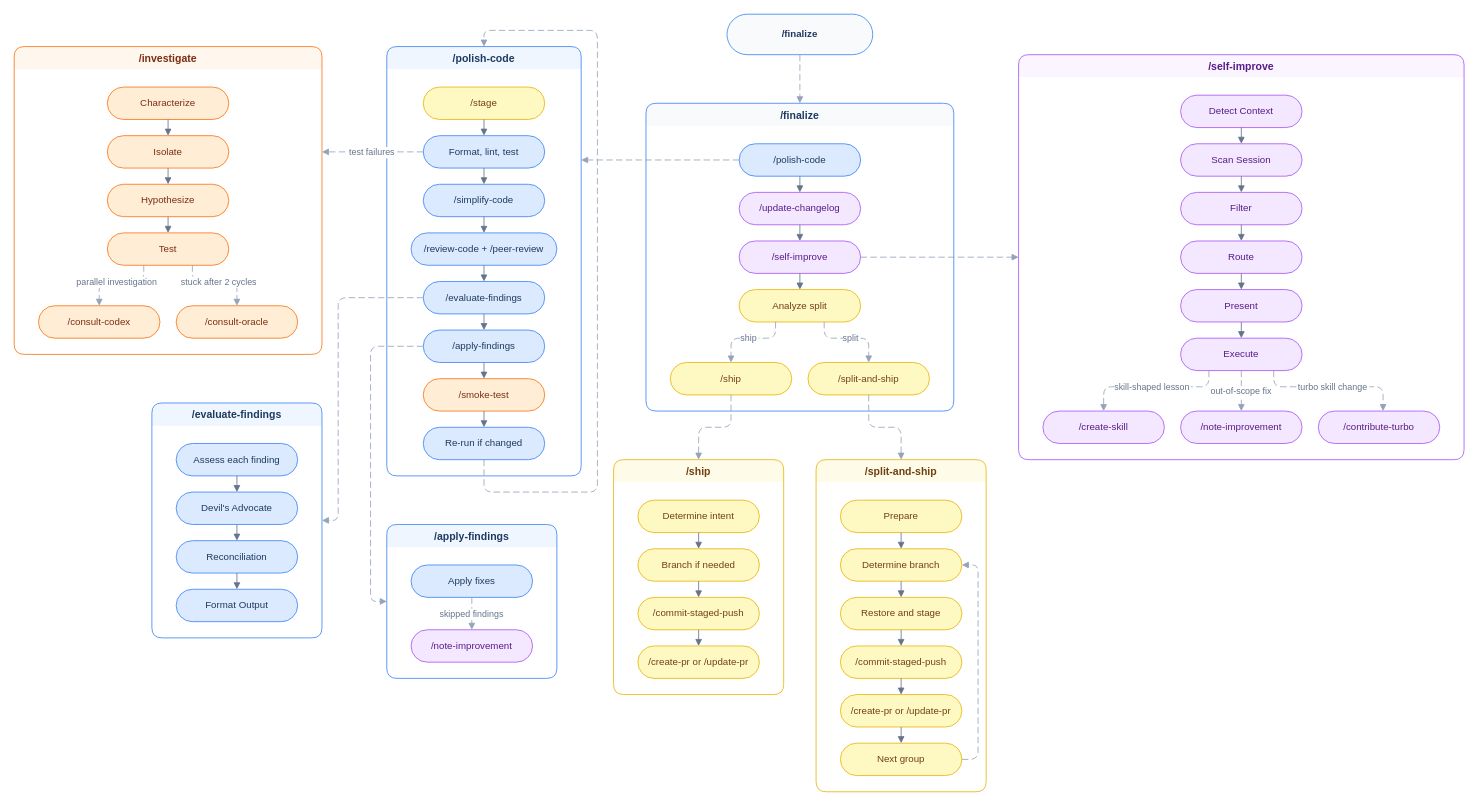
Before: assets/how-finalize-connects.drawio in tobihagemann/turbo, a draw.io diagram. Source tidied: cells renumbered, new cells numbered last; positions are measured from the earlier drawing's top-left corner, leaving out a move shared by most shapes. Both pictures are drawn from the tidied source at 81%, with x=0, y=0 at pixel (14, 14).
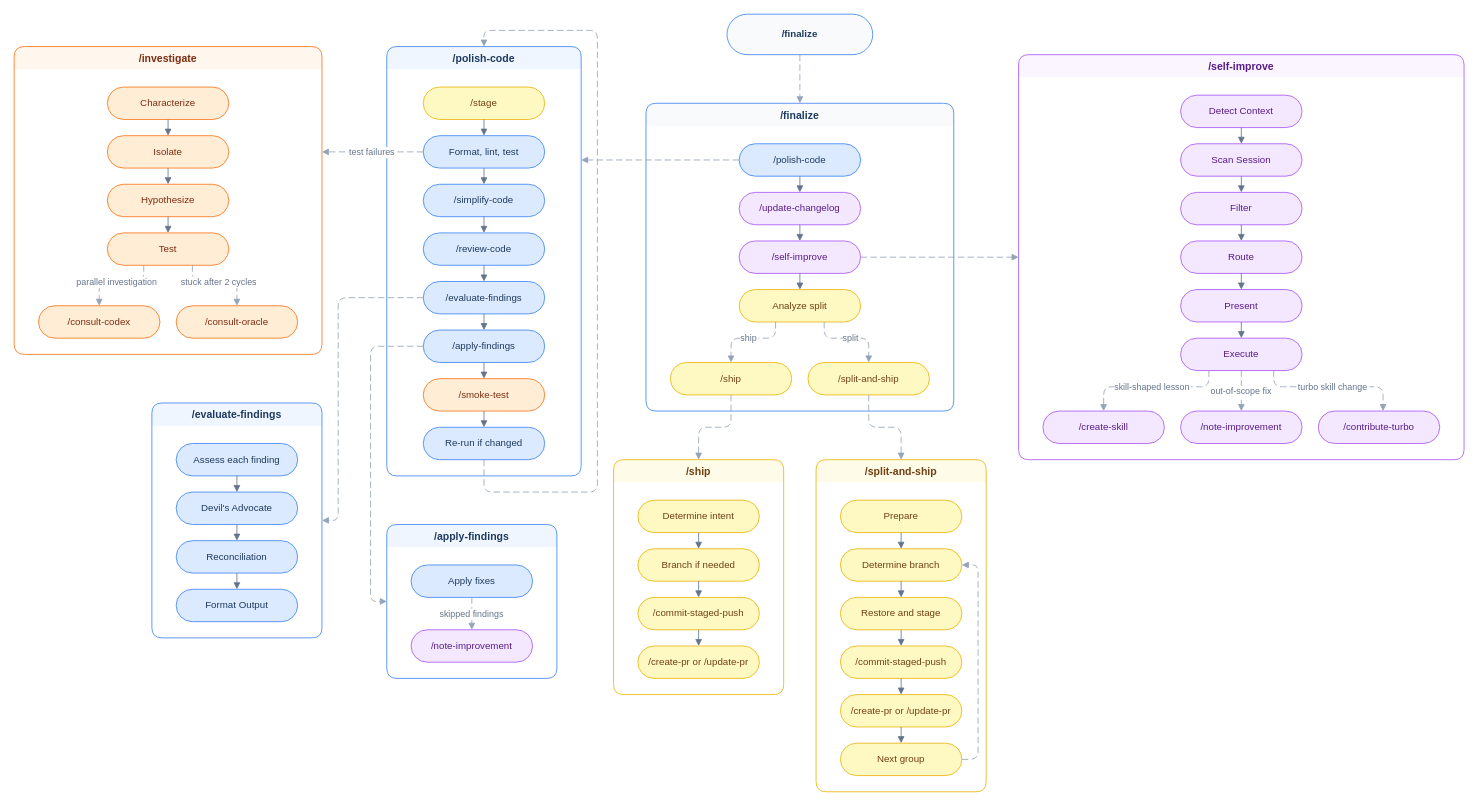
The same page after the edit.

Commit message (it also covers changes not shown here):
Bundle peer review inside /review-code and /review-plan for true parallel fan-out

The change refers to these unchanged cells:
```xml
<mxCell id="16" value="/polish-code" style="swimlane;startSize=28;rounded=1;fillColor=#eff6ff;strokeColor=#3b82f6;fontColor=#1e3a5f;fontStyle=1;fontSize=13;swimlaneLine=0;" parent="1" vertex="1">
  <mxGeometry x="460" y="40" width="240" height="530" as="geometry" />
</mxCell>
```

Change to the diagram source:
```diff
@@
-    <mxCell id="20" value="/review-code + /peer-review" style="rounded=1;whiteSpace=wrap;html=1;arcSize=50;fillColor=#dbeafe;strokeColor=#3b82f6;fontColor=#1e3a5f;fontSize=12;" parent="16" vertex="1">
-      <mxGeometry x="30" y="230" width="180" height="40" as="geometry" />
+    <mxCell id="20" value="/review-code" style="rounded=1;whiteSpace=wrap;html=1;arcSize=50;fillColor=#dbeafe;strokeColor=#3b82f6;fontColor=#1e3a5f;fontSize=12;" parent="16" vertex="1">
+      <mxGeometry x="45" y="230" width="150" height="40" as="geometry" />
     </mxCell>
```
